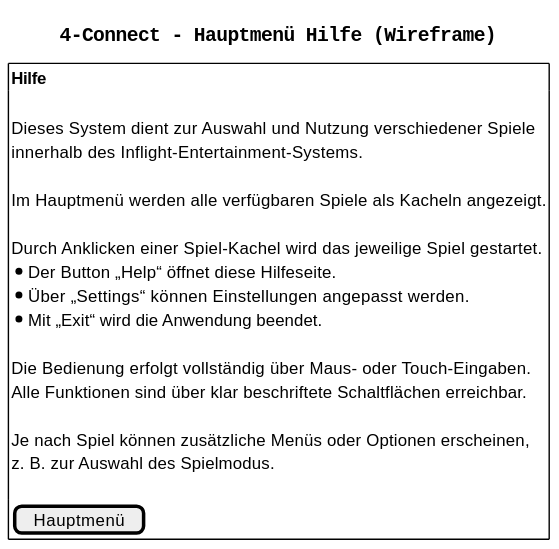
The PlantUML diagram prototyp/Wireframe-05-b_hauptmenu-hilfe.svg in realLucas01/SEGR11, before a commit. Source of this version:
```plantuml
@startuml
title 4-Connect - Hauptmenü Hilfe (Wireframe)

skinparam defaultFontName Monospaced

salt
{
  {+
    { **Hilfe** }
    .
    {Dieses System dient zur Auswahl und Nutzung verschiedener Spiele
    innerhalb des Inflight-Entertainment-Systems.
.
    Im Hauptmenü werden alle verfügbaren Spiele als Kacheln angezeigt.
.
    Durch Anklicken einer Spiel-Kachel wird das jeweilige Spiel gestartet.
    * Der Button „Help“ öffnet diese Hilfeseite.
    * Über „Settings“ können Einstellungen angepasst werden.
    * Mit „Exit“ wird die Anwendung beendet.
.
    Die Bedienung erfolgt vollständig über Maus- oder Touch-Eingaben.
    Alle Funktionen sind über klar beschriftete Schaltflächen erreichbar.
.
    Je nach Spiel können zusätzliche Menüs oder Optionen erscheinen,
    z. B. zur Auswahl des Spielmodus.}
.
    {[ Hauptmenü ]}
  }
}
@enduml
```
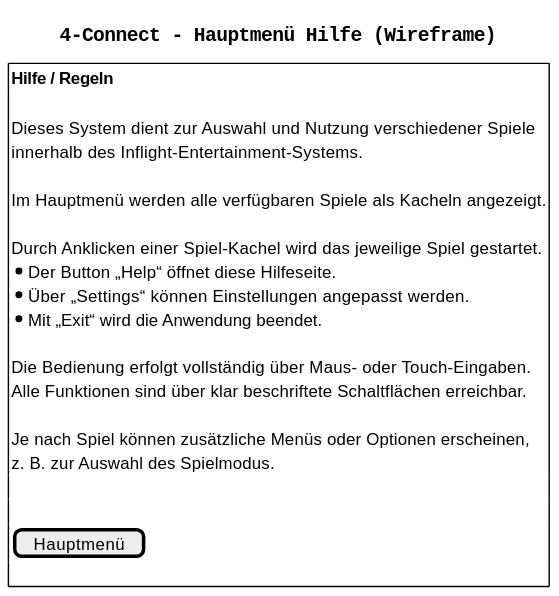
The same file after the commit.

What changed in the source:
```diff
@@ -6,8 +6,8 @@
 salt
 {
   {+
-    { **Hilfe** }
-    .
+    { **Hilfe / Regeln** }
+.
     {Dieses System dient zur Auswahl und Nutzung verschiedener Spiele
     innerhalb des Inflight-Entertainment-Systems.
 .
@@ -24,7 +24,9 @@
     Je nach Spiel können zusätzliche Menüs oder Optionen erscheinen,
     z. B. zur Auswahl des Spielmodus.}
 .
+.
     {[ Hauptmenü ]}
+.
   }
 }
 @enduml
```
